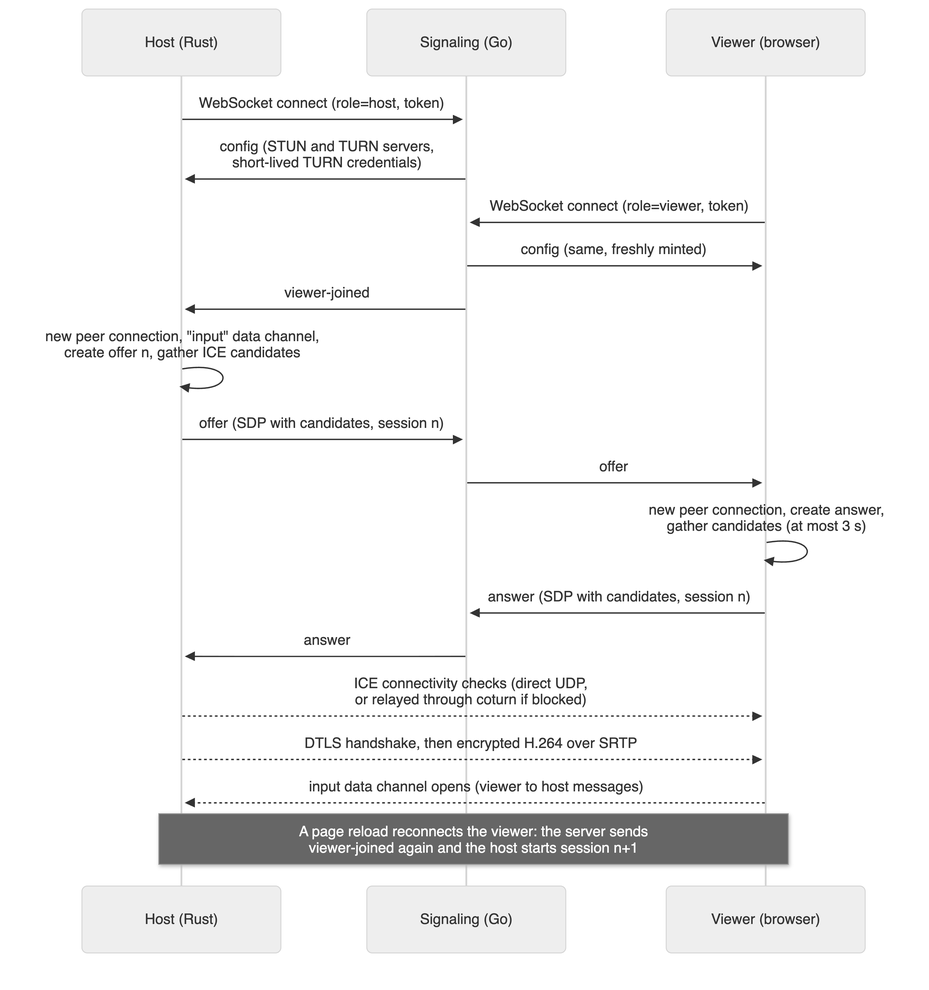
This is docs/diagrams/connection-setup.png from AbhishekS-06/RemoteBridge, a Mermaid export, as it was before one commit. Its source is kept beside it as docs/diagrams/connection-setup.mmd.
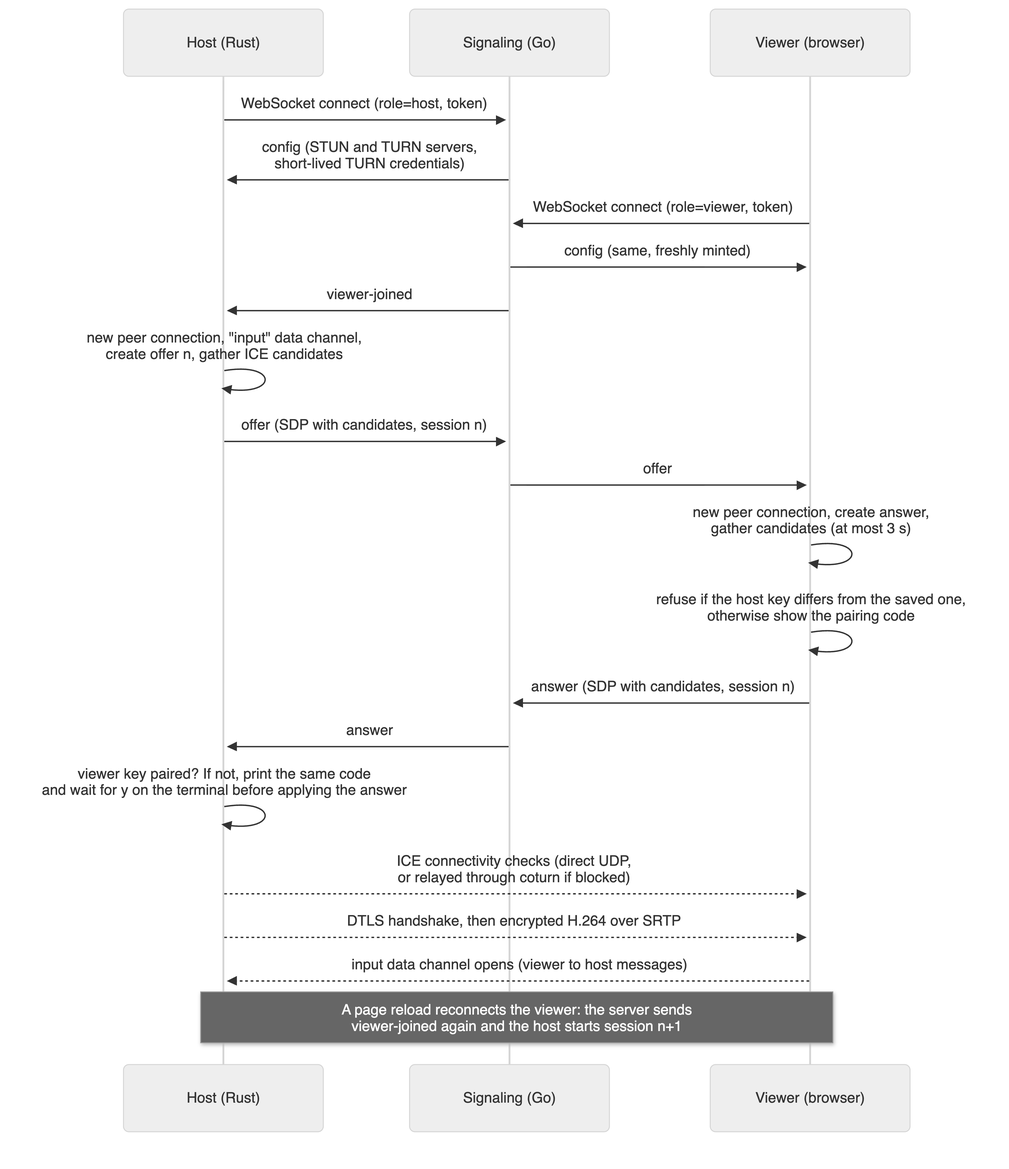
Above is the later version.

Commit message:
v4: device pairing with a code on both sides (#23)

Change to the diagram source:
```diff
@@ -12,8 +12,10 @@
     H->>S: offer (SDP with candidates, session n)
     S->>V: offer
     V->>V: new peer connection, create answer,<br/>gather candidates (at most 3 s)
+    V->>V: refuse if the host key differs from the saved one,<br/>otherwise show the pairing code
     V->>S: answer (SDP with candidates, session n)
     S->>H: answer
+    H->>H: viewer key paired? If not, print the same code<br/>and wait for y on the terminal before applying the answer
     H-->>V: ICE connectivity checks (direct UDP,<br/>or relayed through coturn if blocked)
     H-->>V: DTLS handshake, then encrypted H.264 over SRTP
     V-->>H: input data channel opens (viewer to host messages)
```
